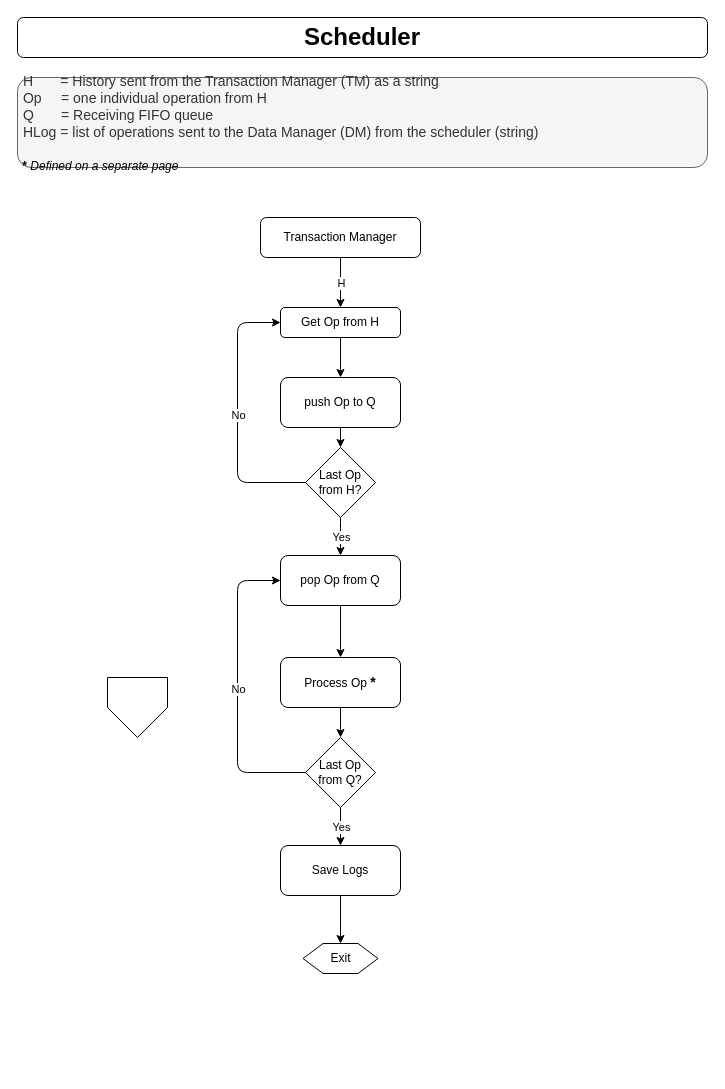
The draw.io diagram Design/CS 5570 Team4 Design - Scheduler.drawio in Rod-Skoglund/CS5570-Project, before the edit. Source tidied: cells renumbered, new cells numbered last; positions are measured from the earlier drawing's top-left corner, leaving out a move shared by most shapes. Both pictures are drawn from the tidied source at 100%, with x=0, y=0 at pixel (17, 17).
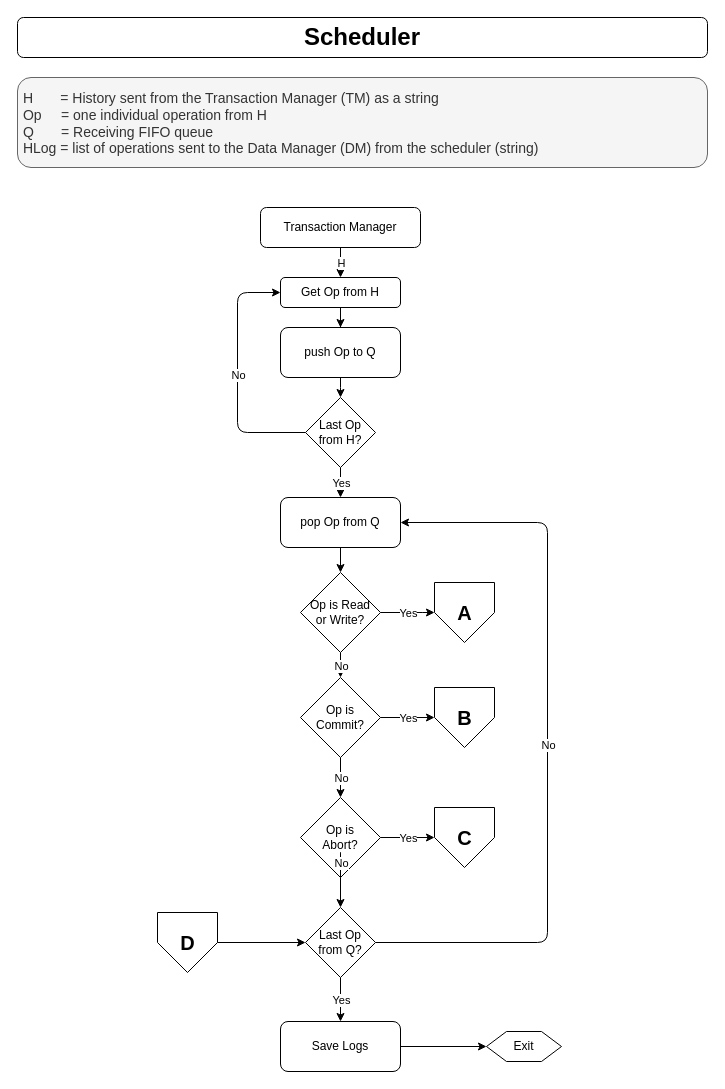
Above is the later version.

Commit message:
Added next level of operation processing

Diff of the diagram source:
```diff
@@
-    <mxCell id="3" value="&amp;nbsp;H&amp;nbsp; &amp;nbsp; &amp;nbsp; &amp;nbsp;= History sent from the Transaction Manager (TM) as a string&lt;br&gt;&amp;nbsp;Op&amp;nbsp; &amp;nbsp; &amp;nbsp;= one individual operation from H&lt;br&gt;&amp;nbsp;Q&amp;nbsp; &amp;nbsp; &amp;nbsp; &amp;nbsp;= Receiving FIFO queue&lt;br&gt;&amp;nbsp;HLog = list of operations sent to the Data Manager (DM) from the scheduler (string)&lt;br&gt;&lt;br&gt;&lt;span style=&quot;text-align: center ; font-size: 12px&quot;&gt;&lt;font style=&quot;font-size: 12px&quot;&gt;&lt;span style=&quot;color: rgb(0 , 0 , 0)&quot;&gt;&lt;b&gt;&amp;nbsp;* &lt;/b&gt;&lt;i&gt;Defined on a &lt;/i&gt;&lt;/span&gt;&lt;i&gt;&lt;font color=&quot;#000000&quot; style=&quot;font-size: 12px&quot;&gt;separate&lt;/font&gt;&lt;span style=&quot;color: rgb(0 , 0 , 0)&quot;&gt;&amp;nbsp;page&lt;/span&gt;&lt;/i&gt;&lt;br&gt;&lt;/font&gt;&lt;/span&gt;" style="text;html=1;align=left;verticalAlign=middle;whiteSpace=wrap;rounded=1;fontSize=14;labelBorderColor=none;spacingTop=2;spacingLeft=0;spacingBottom=0;spacingRight=0;spacing=2;perimeterSpacing=0;strokeWidth=1;labelPadding=-1;fillColor=#f5f5f5;strokeColor=#666666;fontColor=#333333;" parent="1" vertex="1">
+    <mxCell id="3" value="&amp;nbsp;H&amp;nbsp; &amp;nbsp; &amp;nbsp; &amp;nbsp;= History sent from the Transaction Manager (TM) as a string&lt;br&gt;&amp;nbsp;Op&amp;nbsp; &amp;nbsp; &amp;nbsp;= one individual operation from H&lt;br&gt;&amp;nbsp;Q&amp;nbsp; &amp;nbsp; &amp;nbsp; &amp;nbsp;= Receiving FIFO queue&lt;br&gt;&amp;nbsp;HLog = list of operations sent to the Data Manager (DM) from the scheduler (string)&lt;span style=&quot;text-align: center ; font-size: 12px&quot;&gt;&lt;font style=&quot;font-size: 12px&quot;&gt;&lt;br&gt;&lt;/font&gt;&lt;/span&gt;" style="text;html=1;align=left;verticalAlign=middle;whiteSpace=wrap;rounded=1;fontSize=14;labelBorderColor=none;spacingTop=2;spacingLeft=0;spacingBottom=0;spacingRight=0;spacing=2;perimeterSpacing=0;strokeWidth=1;labelPadding=-1;fillColor=#f5f5f5;strokeColor=#666666;fontColor=#333333;" parent="1" vertex="1">
       <mxGeometry y="60" width="690" height="90" as="geometry" />
     </mxCell>
     <mxCell id="4" value="Transaction Manager" style="rounded=1;whiteSpace=wrap;html=1;fontSize=12;glass=0;strokeWidth=1;shadow=0;" parent="1" vertex="1">
-      <mxGeometry x="243" y="200" width="160" height="40" as="geometry" />
+      <mxGeometry x="243" y="190" width="160" height="40" as="geometry" />
     </mxCell>
     <mxCell id="5" value="Get Op from H" style="rounded=1;whiteSpace=wrap;html=1;fontSize=12;glass=0;strokeWidth=1;shadow=0;" parent="1" vertex="1">
-      <mxGeometry x="263" y="290" width="120" height="30" as="geometry" />
+      <mxGeometry x="263" y="260" width="120" height="30" as="geometry" />
     </mxCell>
     <mxCell id="6" value="Exit" style="shape=hexagon;perimeter=hexagonPerimeter2;whiteSpace=wrap;html=1;fixedSize=1;align=center;" parent="1" vertex="1">
-      <mxGeometry x="285.5" y="926" width="75" height="30" as="geometry" />
+      <mxGeometry x="469" y="1014" width="75" height="30" as="geometry" />
     </mxCell>
     <mxCell id="7" style="endArrow=classic;html=1;" parent="1" edge="1" source="4" target="5">
-      <mxGeometry x="300" y="240" as="geometry" />
+      <mxGeometry x="300" y="250" as="geometry" />
     </mxCell>
@@
     <mxCell id="9" value="pop Op from Q" style="rounded=1;whiteSpace=wrap;html=1;fontSize=12;glass=0;strokeWidth=1;shadow=0;" parent="1" vertex="1">
-      <mxGeometry x="263" y="538" width="120" height="50" as="geometry" />
+      <mxGeometry x="263" y="480" width="120" height="50" as="geometry" />
     </mxCell>
-    <mxCell id="10" style="endArrow=classic;html=1;entryX=0.5;entryY=0;entryDx=0;entryDy=0;exitX=0.5;exitY=1;exitDx=0;exitDy=0;" parent="1" edge="1" source="25" target="6">
-      <mxGeometry x="300" y="240" as="geometry" />
+    <mxCell id="10" style="endArrow=classic;html=1;entryX=0;entryY=0.5;entryDx=0;entryDy=0;exitX=1;exitY=0.5;exitDx=0;exitDy=0;" parent="1" edge="1" source="25" target="6">
+      <mxGeometry x="300" y="416" as="geometry" />
     </mxCell>
     <mxCell id="11" value="push Op to Q" style="rounded=1;whiteSpace=wrap;html=1;fontSize=12;glass=0;strokeWidth=1;shadow=0;" parent="1" vertex="1">
-      <mxGeometry x="263" y="360" width="120" height="50" as="geometry" />
+      <mxGeometry x="263" y="310" width="120" height="50" as="geometry" />
     </mxCell>
     <mxCell id="12" style="edgeStyle=orthogonalEdgeStyle;rounded=0;jettySize=auto;html=1;exitX=0.5;exitY=1;exitDx=0;exitDy=0;" parent="1" edge="1" source="5" target="11">
-      <mxGeometry x="300" y="240" as="geometry" />
+      <mxGeometry x="300" y="250" as="geometry" />
     </mxCell>
     <mxCell id="13" value="Last Op from H?" style="rhombus;whiteSpace=wrap;html=1;" parent="1" vertex="1">
-      <mxGeometry x="288" y="430" width="70" height="70" as="geometry" />
+      <mxGeometry x="288" y="380" width="70" height="70" as="geometry" />
     </mxCell>
     <mxCell id="14" style="edgeStyle=orthogonalEdgeStyle;rounded=0;jettySize=auto;html=1;exitX=0.5;exitY=1;exitDx=0;exitDy=0;entryX=0.5;entryY=0;entryDx=0;entryDy=0;" parent="1" edge="1" source="11" target="13">
-      <mxGeometry x="300" y="240" as="geometry" />
+      <mxGeometry x="300" y="250" as="geometry">
+        <Array as="points">
+          <mxPoint x="323" y="370" />
+          <mxPoint x="323" y="370" />
+        </Array>
+      </mxGeometry>
     </mxCell>
     <mxCell id="15" style="endArrow=classic;html=1;exitX=0.5;exitY=1;exitDx=0;exitDy=0;entryX=0.5;entryY=0;entryDx=0;entryDy=0;edgeStyle=orthogonalEdgeStyle;" parent="1" edge="1" source="13" target="9">
-      <mxGeometry x="300" y="240" as="geometry">
-        <Array as="points">
-          <mxPoint x="323" y="510" />
-          <mxPoint x="323" y="510" />
-        </Array>
-      </mxGeometry>
+      <mxGeometry x="300" y="250" as="geometry" />
     </mxCell>
@@
     <mxCell id="17" style="endArrow=classic;html=1;exitX=0;exitY=0.5;exitDx=0;exitDy=0;edgeStyle=orthogonalEdgeStyle;entryX=0;entryY=0.5;entryDx=0;entryDy=0;" parent="1" edge="1" source="13" target="5">
-      <mxGeometry x="300" y="240" as="geometry">
+      <mxGeometry x="300" y="250" as="geometry">
         <Array as="points">
-          <mxPoint x="220" y="465" />
-          <mxPoint x="220" y="305" />
+          <mxPoint x="220" y="415" />
+          <mxPoint x="220" y="275" />
         </Array>
       </mxGeometry>
     </mxCell>
@@
-    <mxCell id="19" value="Process Op &lt;b&gt;&lt;font style=&quot;font-size: 14px&quot;&gt;*&lt;/font&gt;&lt;/b&gt;" style="rounded=1;whiteSpace=wrap;html=1;fontSize=12;glass=0;strokeWidth=1;shadow=0;" parent="1" vertex="1">
-      <mxGeometry x="263" y="640" width="120" height="50" as="geometry" />
-    </mxCell>
-    <mxCell id="20" style="edgeStyle=orthogonalEdgeStyle;rounded=0;jettySize=auto;html=1;exitX=0.5;exitY=1;exitDx=0;exitDy=0;entryX=0.5;entryY=0;entryDx=0;entryDy=0;" parent="1" edge="1" source="9" target="19">
-      <mxGeometry x="300" y="240" as="geometry" />
+    <mxCell id="20" style="edgeStyle=orthogonalEdgeStyle;rounded=0;jettySize=auto;html=1;exitX=0.5;exitY=1;exitDx=0;exitDy=0;entryX=0.5;entryY=0;entryDx=0;entryDy=0;" parent="1" edge="1" source="9" target="29">
+      <mxGeometry x="300" y="250" as="geometry" />
     </mxCell>
     <mxCell id="21" value="Last Op from Q?" style="rhombus;whiteSpace=wrap;html=1;" parent="1" vertex="1">
-      <mxGeometry x="288" y="720" width="70" height="70" as="geometry" />
+      <mxGeometry x="288" y="890" width="70" height="70" as="geometry" />
     </mxCell>
-    <mxCell id="22" style="edgeStyle=orthogonalEdgeStyle;rounded=0;jettySize=auto;html=1;exitX=0.5;exitY=1;exitDx=0;exitDy=0;entryX=0.5;entryY=0;entryDx=0;entryDy=0;" parent="1" edge="1" source="19" target="21">
-      <mxGeometry x="300" y="240" as="geometry" />
-    </mxCell>
-    <mxCell id="23" style="endArrow=classic;html=1;exitX=0;exitY=0.5;exitDx=0;exitDy=0;entryX=0;entryY=0.5;entryDx=0;entryDy=0;edgeStyle=orthogonalEdgeStyle;" parent="1" edge="1" source="21" target="9">
-      <mxGeometry x="300" y="240" as="geometry">
+    <mxCell id="23" style="endArrow=classic;html=1;exitX=1;exitY=0.5;exitDx=0;exitDy=0;entryX=1;entryY=0.5;entryDx=0;entryDy=0;edgeStyle=orthogonalEdgeStyle;" parent="1" edge="1" source="21" target="9">
+      <mxGeometry x="300" y="250" as="geometry">
         <Array as="points">
-          <mxPoint x="220" y="755" />
-          <mxPoint x="220" y="563" />
+          <mxPoint x="530" y="925" />
+          <mxPoint x="530" y="505" />
         </Array>
       </mxGeometry>
     </mxCell>
@@
     <mxCell id="25" value="Save Logs" style="rounded=1;whiteSpace=wrap;html=1;fontSize=12;glass=0;strokeWidth=1;shadow=0;" parent="1" vertex="1">
-      <mxGeometry x="263" y="828" width="120" height="50" as="geometry" />
+      <mxGeometry x="263" y="1004" width="120" height="50" as="geometry" />
     </mxCell>
-    <mxCell id="26" style="endArrow=classic;html=1;exitX=0.5;exitY=1;exitDx=0;exitDy=0;entryX=0.5;entryY=0;entryDx=0;entryDy=0;edgeStyle=orthogonalEdgeStyle;" parent="1" edge="1" source="21" target="25">
-      <mxGeometry x="300" y="240" as="geometry" />
+    <mxCell id="26" style="endArrow=classic;html=1;exitX=0.5;exitY=1;exitDx=0;exitDy=0;edgeStyle=orthogonalEdgeStyle;entryX=0.5;entryY=0;entryDx=0;entryDy=0;" parent="1" edge="1" source="21" target="25">
+      <mxGeometry x="300" y="416" as="geometry" />
     </mxCell>
@@
-    <mxCell id="28" style="verticalLabelPosition=bottom;verticalAlign=top;html=1;shape=offPageConnector;rounded=0;size=0.5;" parent="1" vertex="1">
-      <mxGeometry x="90" y="660" width="60" height="60" as="geometry" />
-    </mxCell>
+    <mxCell id="29" value="Op is Read &lt;br&gt;or Write?" style="rhombus;whiteSpace=wrap;html=1;" parent="1" vertex="1">
+      <mxGeometry x="283" y="555" width="80" height="80" as="geometry" />
+    </mxCell>
+    <mxCell id="30" style="endArrow=classic;html=1;exitX=1;exitY=0.5;exitDx=0;exitDy=0;edgeStyle=orthogonalEdgeStyle;entryX=0;entryY=0.5;entryDx=0;entryDy=0;" parent="1" edge="1" source="29" target="42">
+      <mxGeometry x="750" y="395" as="geometry">
+        <Array as="points">
+          <mxPoint x="400" y="595" />
+          <mxPoint x="400" y="595" />
+        </Array>
+      </mxGeometry>
+    </mxCell>
+    <mxCell id="31" value="Yes" style="edgeLabel;html=1;align=center;verticalAlign=middle;" parent="30" vertex="1">
+      <mxGeometry relative="1" as="geometry" />
+    </mxCell>
+    <mxCell id="32" value="Op is &lt;br&gt;Commit?" style="rhombus;whiteSpace=wrap;html=1;" parent="1" vertex="1">
+      <mxGeometry x="283" y="660" width="80" height="80" as="geometry" />
+    </mxCell>
+    <mxCell id="33" value="Op is &lt;br&gt;Abort?" style="rhombus;whiteSpace=wrap;html=1;" parent="1" vertex="1">
+      <mxGeometry x="283" y="780" width="80" height="80" as="geometry" />
+    </mxCell>
+    <mxCell id="34" style="endArrow=classic;html=1;exitX=1;exitY=0.5;exitDx=0;exitDy=0;edgeStyle=orthogonalEdgeStyle;entryX=0;entryY=0.5;entryDx=0;entryDy=0;" parent="1" edge="1" source="33" target="43">
+      <mxGeometry x="750" y="635" as="geometry" />
+    </mxCell>
+    <mxCell id="35" value="Yes" style="edgeLabel;html=1;align=center;verticalAlign=middle;" parent="34" vertex="1">
+      <mxGeometry relative="1" as="geometry" />
+    </mxCell>
+    <mxCell id="36" style="endArrow=classic;html=1;exitX=0.5;exitY=1;exitDx=0;exitDy=0;edgeStyle=orthogonalEdgeStyle;entryX=0.5;entryY=0;entryDx=0;entryDy=0;" parent="1" edge="1" source="29" target="32">
+      <mxGeometry x="589" y="337.1" as="geometry">
+        <Array as="points">
+          <mxPoint x="323" y="635" />
+          <mxPoint x="323" y="635" />
+        </Array>
+      </mxGeometry>
+    </mxCell>
+    <mxCell id="37" value="No" style="edgeLabel;html=1;align=center;verticalAlign=middle;" parent="36" vertex="1">
+      <mxGeometry relative="1" as="geometry" />
+    </mxCell>
+    <mxCell id="38" style="endArrow=classic;html=1;edgeStyle=orthogonalEdgeStyle;entryX=0.5;entryY=0;entryDx=0;entryDy=0;exitX=0.5;exitY=1;exitDx=0;exitDy=0;" parent="1" edge="1" source="32" target="33">
+      <mxGeometry x="599" y="347.1" as="geometry" />
+    </mxCell>
+    <mxCell id="39" value="No" style="edgeLabel;html=1;align=center;verticalAlign=middle;" parent="38" vertex="1">
+      <mxGeometry relative="1" as="geometry" />
+    </mxCell>
+    <mxCell id="40" style="endArrow=classic;html=1;edgeStyle=orthogonalEdgeStyle;exitX=0.5;exitY=1;exitDx=0;exitDy=0;entryX=0.5;entryY=0;entryDx=0;entryDy=0;" parent="1" edge="1" source="33" target="21">
+      <mxGeometry x="598.8" y="467.1" as="geometry">
+        <Array as="points">
+          <mxPoint x="323" y="830" />
+          <mxPoint x="323" y="830" />
+        </Array>
+      </mxGeometry>
+    </mxCell>
+    <mxCell id="41" value="No" style="edgeLabel;html=1;align=center;verticalAlign=middle;" parent="40" vertex="1">
+      <mxGeometry relative="1" as="geometry" />
+    </mxCell>
+    <mxCell id="42" value="A" style="verticalLabelPosition=middle;verticalAlign=middle;html=1;shape=offPageConnector;rounded=0;size=0.5;labelPosition=center;align=center;fontSize=20;fontStyle=1;" parent="1" vertex="1">
+      <mxGeometry x="417" y="565" width="60" height="60" as="geometry" />
+    </mxCell>
+    <mxCell id="43" value="C" style="verticalLabelPosition=middle;verticalAlign=middle;html=1;shape=offPageConnector;rounded=0;size=0.5;fontStyle=1;fontSize=20;labelPosition=center;align=center;" parent="1" vertex="1">
+      <mxGeometry x="417" y="790" width="60" height="60" as="geometry" />
+    </mxCell>
+    <mxCell id="44" value="B" style="verticalLabelPosition=middle;verticalAlign=middle;html=1;shape=offPageConnector;rounded=0;size=0.5;labelPosition=center;align=center;fontStyle=1;fontSize=20;" parent="1" vertex="1">
+      <mxGeometry x="417" y="670" width="60" height="60" as="geometry" />
+    </mxCell>
+    <mxCell id="45" style="endArrow=classic;html=1;exitX=1;exitY=0.5;exitDx=0;exitDy=0;edgeStyle=orthogonalEdgeStyle;" parent="1" edge="1" source="32" target="44">
+      <mxGeometry x="750" y="515" as="geometry" />
+    </mxCell>
+    <mxCell id="46" value="Yes" style="edgeLabel;html=1;align=center;verticalAlign=middle;" parent="45" vertex="1">
+      <mxGeometry relative="1" as="geometry" />
+    </mxCell>
+    <mxCell id="47" value="D" style="verticalLabelPosition=middle;verticalAlign=middle;html=1;shape=offPageConnector;rounded=0;size=0.5;labelPosition=center;align=center;fontSize=20;fontStyle=1;" parent="1" vertex="1">
+      <mxGeometry x="140" y="895" width="60" height="60" as="geometry" />
+    </mxCell>
+    <mxCell id="48" style="edgeStyle=orthogonalEdgeStyle;rounded=0;jettySize=auto;html=1;exitX=1;exitY=0.5;exitDx=0;exitDy=0;entryX=0;entryY=0.5;entryDx=0;entryDy=0;" parent="1" edge="1" source="47" target="21">
+      <mxGeometry x="310" y="260" as="geometry" />
+    </mxCell>
```
